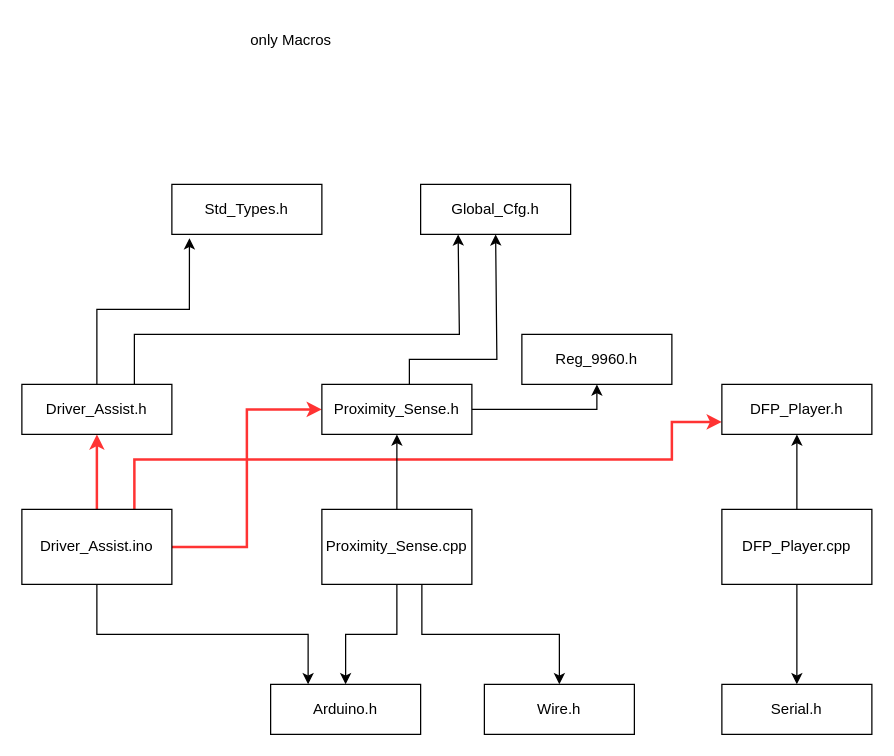
Before: docs/FileStructure.drawio in ramkrganesh/Driver_Assist, a draw.io diagram. Source tidied: cells renumbered, new cells numbered last; positions are measured from the earlier drawing's top-left corner, leaving out a move shared by most shapes. Both pictures are drawn from the tidied source at 125%, with x=0, y=0 at pixel (21, 21).
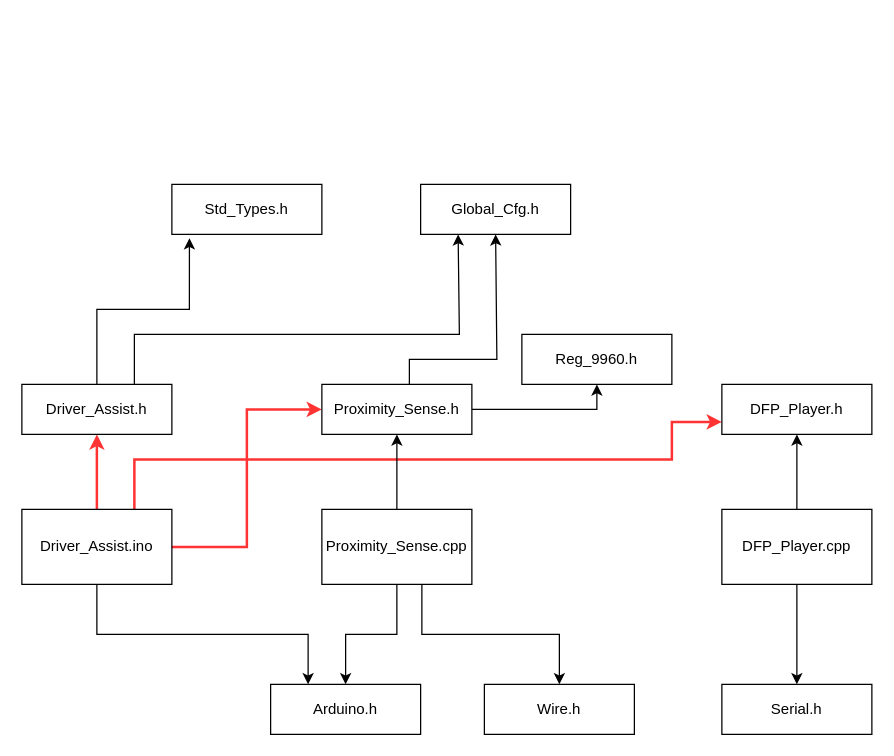
Above is the later version.

Commit message (it also covers changes not shown here):
header structure included as a png file

Diff of the diagram source:
```diff
@@
-    <mxCell id="9" value="only Macros" style="text;html=1;align=center;verticalAlign=middle;strokeColor=none;fillColor=none;" parent="1" vertex="1">
-      <mxGeometry x="170" width="90" height="30" as="geometry" />
-    </mxCell>
```
